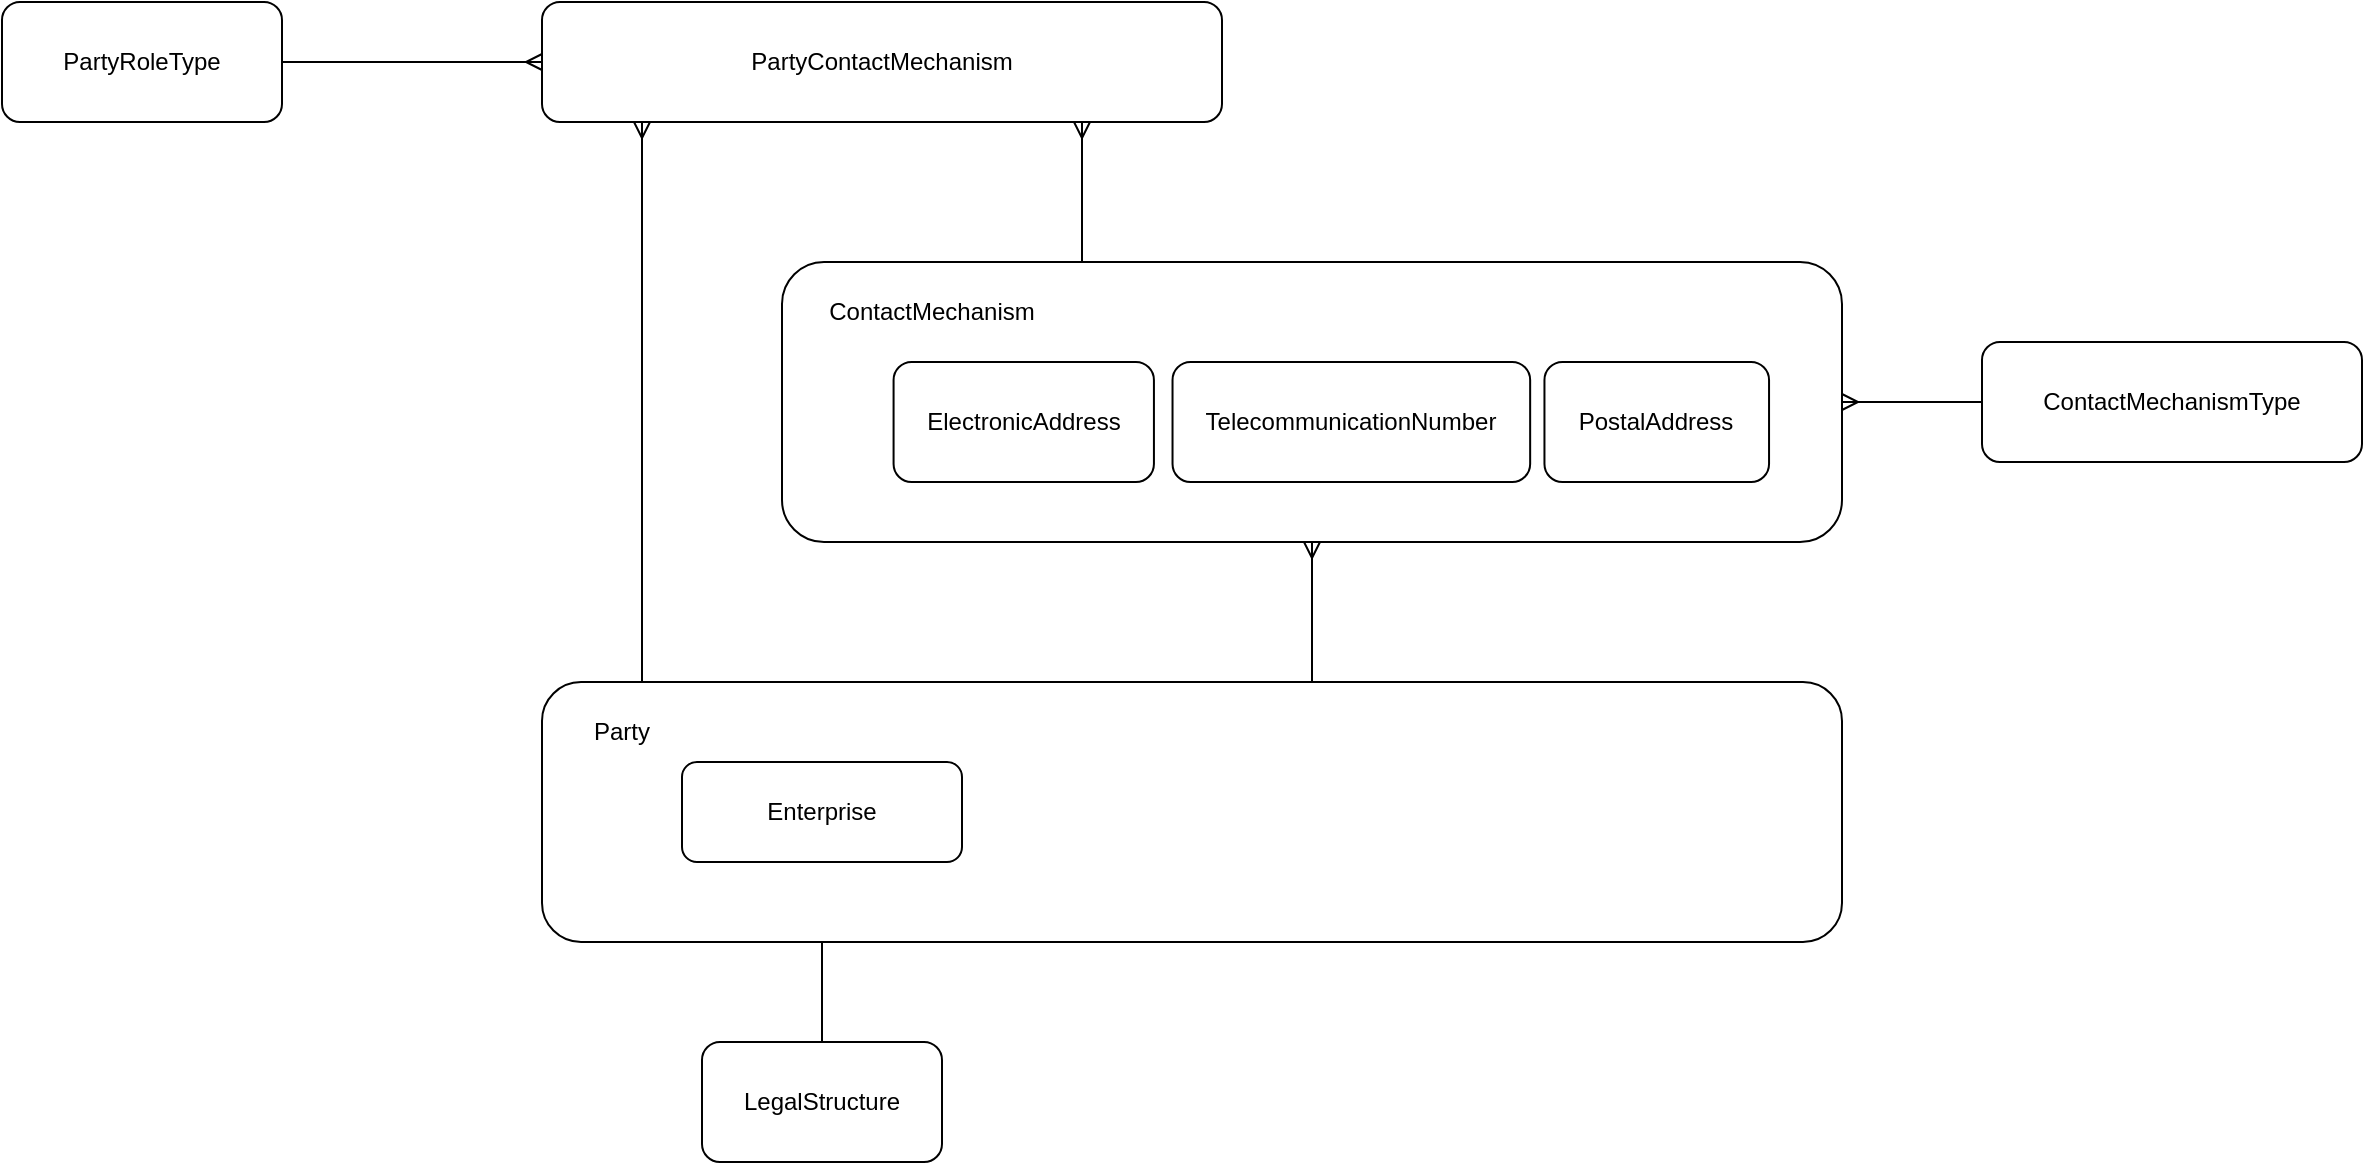
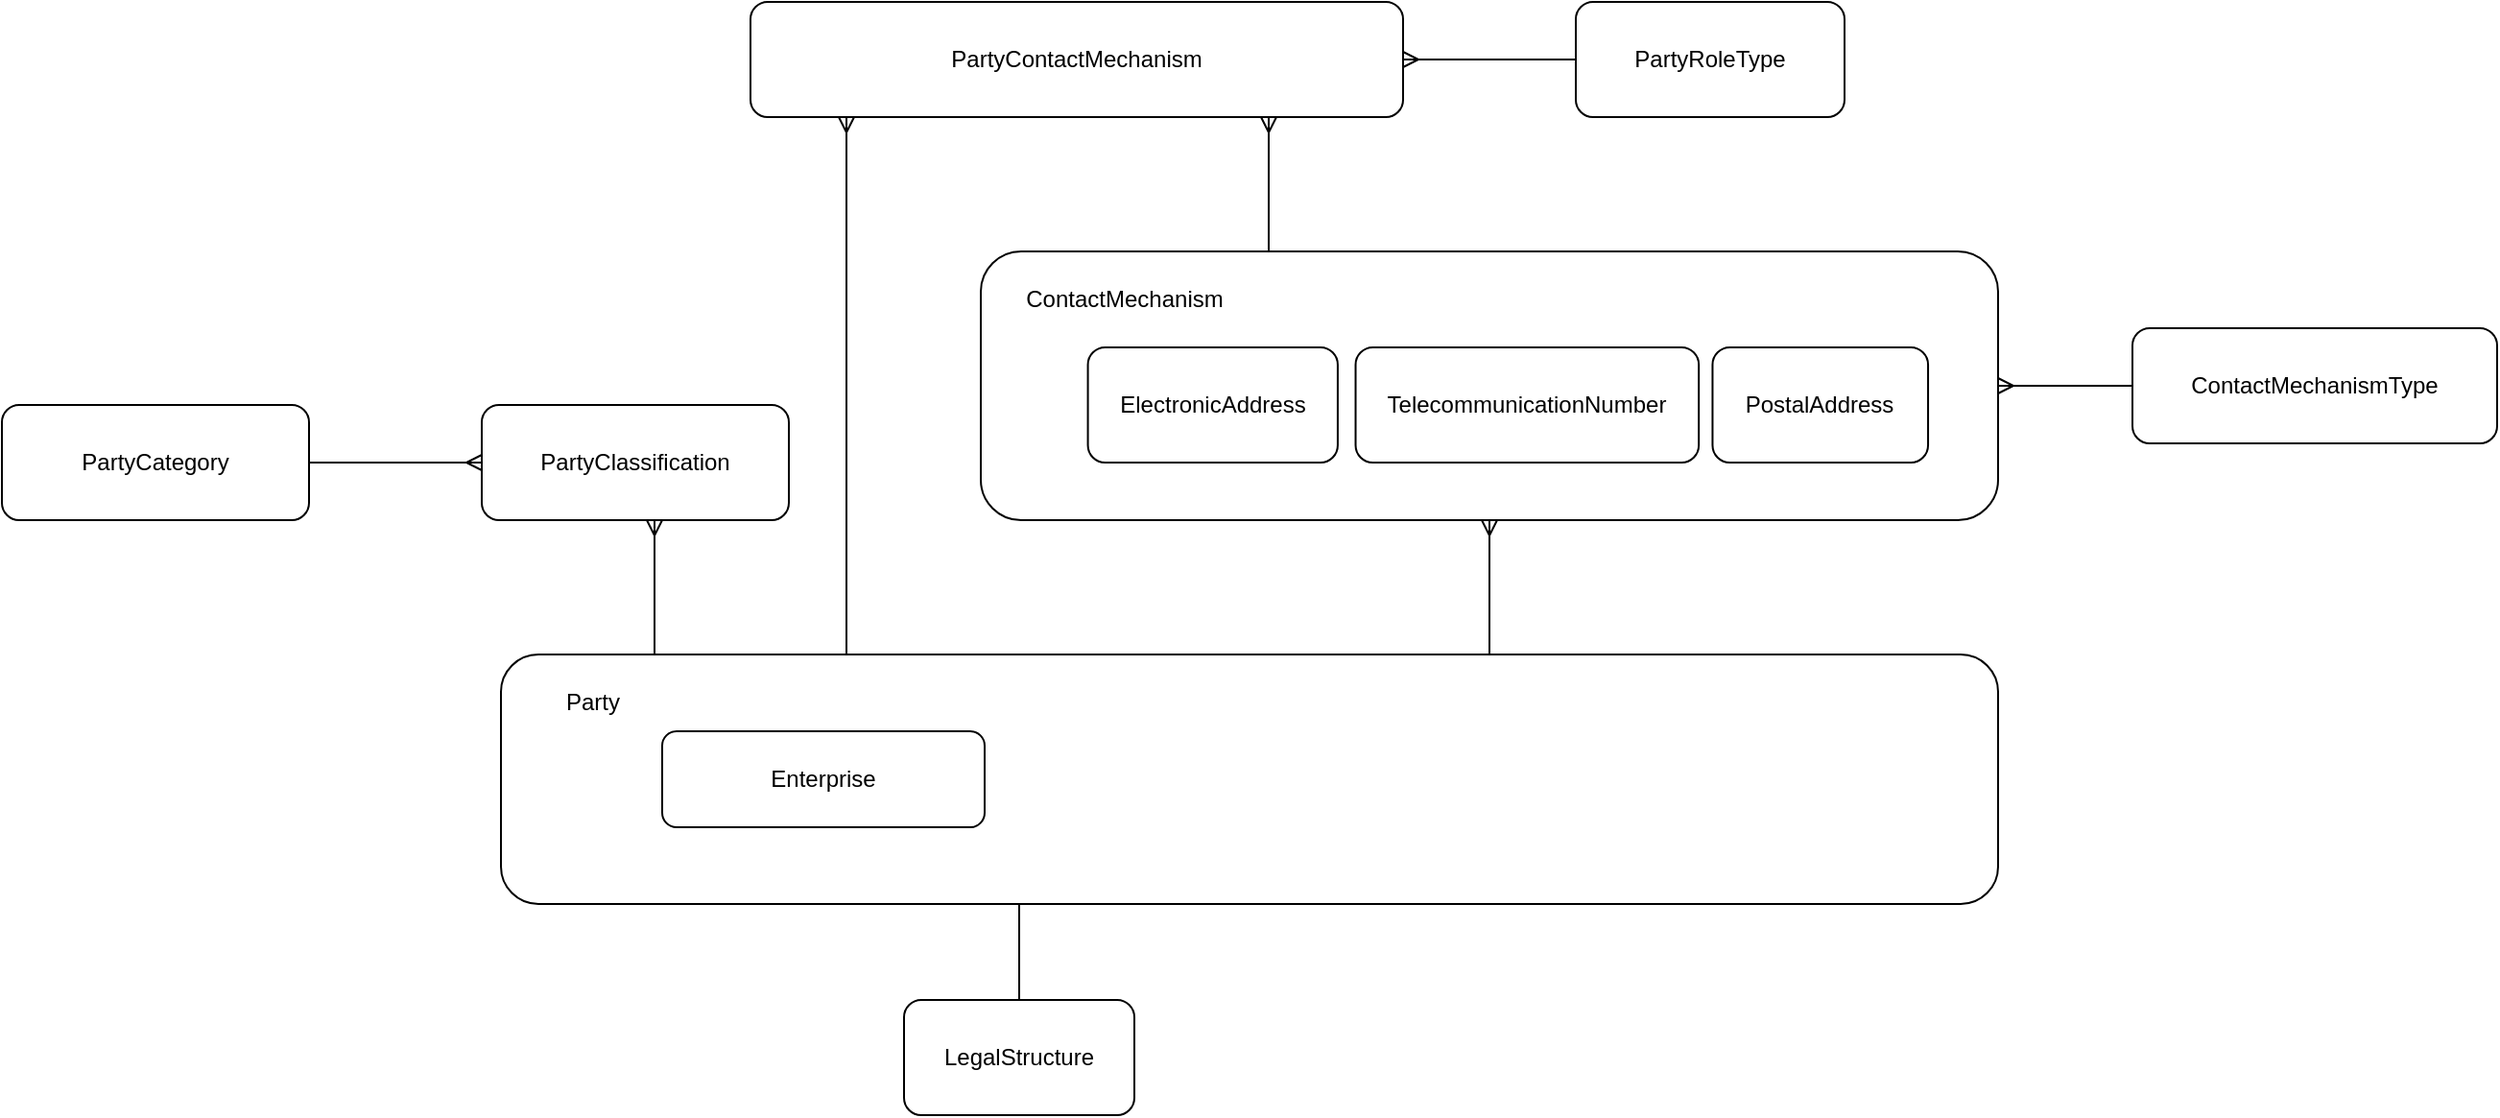
<mxfile host="app.diagrams.net" agent="Mozilla/5.0 (Windows NT 10.0; Win64; x64) AppleWebKit/537.36 (KHTML, like Gecko) Chrome/141.0.0.0 Safari/537.36" version="28.2.9">
  <diagram name="Page-1" id="d0nJ6Fx9cUZLMqGtfM0H">
    <mxGraphModel dx="2339" dy="889" grid="1" gridSize="10" guides="1" tooltips="1" connect="1" arrows="1" fold="1" page="1" pageScale="1" pageWidth="850" pageHeight="1100" math="0" shadow="0">
      <root>
        <mxCell id="0" />
        <mxCell id="1" parent="0" />
        <mxCell id="tdPrWEJd15tEannaNgth-4" style="edgeStyle=orthogonalEdgeStyle;rounded=0;orthogonalLoop=1;jettySize=auto;html=1;startArrow=ERmany;startFill=0;endArrow=none;endFill=0;" edge="1" parent="1" source="tdPrWEJd15tEannaNgth-2" target="tdPrWEJd15tEannaNgth-3">
          <mxGeometry relative="1" as="geometry" />
        </mxCell>
        <mxCell id="tdPrWEJd15tEannaNgth-3" value="ContactMechanismType" style="rounded=1;whiteSpace=wrap;html=1;" vertex="1" parent="1">
          <mxGeometry x="600" y="240" width="190" height="60" as="geometry" />
        </mxCell>
        <mxCell id="tdPrWEJd15tEannaNgth-13" value="PartyRoleType" style="rounded=1;whiteSpace=wrap;html=1;" vertex="1" parent="1">
-           <mxGeometry x="-390" y="70" width="140" height="60" as="geometry" />
+           <mxGeometry x="310" y="70" width="140" height="60" as="geometry" />
        </mxCell>
        <mxCell id="tdPrWEJd15tEannaNgth-14" style="edgeStyle=orthogonalEdgeStyle;rounded=0;orthogonalLoop=1;jettySize=auto;html=1;startArrow=ERmany;startFill=0;endArrow=none;endFill=0;" edge="1" parent="1" source="tdPrWEJd15tEannaNgth-15" target="tdPrWEJd15tEannaNgth-13">
          <mxGeometry relative="1" as="geometry">
            <mxPoint x="730" y="420" as="sourcePoint" />
            <mxPoint x="730" y="340" as="targetPoint" />
          </mxGeometry>
        </mxCell>
        <mxCell id="tdPrWEJd15tEannaNgth-15" value="PartyContactMechanism" style="rounded=1;whiteSpace=wrap;html=1;" vertex="1" parent="1">
          <mxGeometry x="-120" y="70" width="340" height="60" as="geometry" />
        </mxCell>
        <mxCell id="tdPrWEJd15tEannaNgth-18" style="edgeStyle=orthogonalEdgeStyle;rounded=0;orthogonalLoop=1;jettySize=auto;html=1;startArrow=ERmany;startFill=0;endArrow=none;endFill=0;" edge="1" parent="1" source="tdPrWEJd15tEannaNgth-15" target="tdPrWEJd15tEannaNgth-1">
          <mxGeometry relative="1" as="geometry">
            <mxPoint x="140" y="250" as="sourcePoint" />
            <mxPoint x="-10" y="250" as="targetPoint" />
            <Array as="points">
              <mxPoint x="-70" y="300" />
              <mxPoint x="-70" y="300" />
            </Array>
          </mxGeometry>
        </mxCell>
        <mxCell id="tdPrWEJd15tEannaNgth-19" value="" style="group" vertex="1" connectable="0" parent="1">
          <mxGeometry y="200" width="530" height="140" as="geometry" />
        </mxCell>
        <mxCell id="tdPrWEJd15tEannaNgth-2" value="" style="rounded=1;whiteSpace=wrap;html=1;" vertex="1" parent="tdPrWEJd15tEannaNgth-19">
          <mxGeometry width="530" height="140" as="geometry" />
        </mxCell>
        <mxCell id="tdPrWEJd15tEannaNgth-5" value="ElectronicAddress" style="rounded=1;whiteSpace=wrap;html=1;" vertex="1" parent="tdPrWEJd15tEannaNgth-19">
          <mxGeometry x="55.78947368421052" y="50" width="130.17543859649123" height="60" as="geometry" />
        </mxCell>
        <mxCell id="tdPrWEJd15tEannaNgth-6" value="TelecommunicationNumber" style="rounded=1;whiteSpace=wrap;html=1;" vertex="1" parent="tdPrWEJd15tEannaNgth-19">
          <mxGeometry x="195.26315789473682" y="50" width="178.81456140350878" height="60" as="geometry" />
        </mxCell>
        <mxCell id="tdPrWEJd15tEannaNgth-7" value="ContactMechanism" style="text;html=1;whiteSpace=wrap;strokeColor=none;fillColor=none;align=center;verticalAlign=middle;rounded=0;" vertex="1" parent="tdPrWEJd15tEannaNgth-19">
          <mxGeometry x="27.896882591093107" y="10" width="94.41295546558705" height="30" as="geometry" />
        </mxCell>
        <mxCell id="tdPrWEJd15tEannaNgth-8" value="PostalAddress" style="rounded=1;whiteSpace=wrap;html=1;" vertex="1" parent="tdPrWEJd15tEannaNgth-19">
          <mxGeometry x="381.2280701754386" y="50" width="112.29491228070175" height="60" as="geometry" />
        </mxCell>
        <mxCell id="tdPrWEJd15tEannaNgth-20" style="edgeStyle=orthogonalEdgeStyle;rounded=0;orthogonalLoop=1;jettySize=auto;html=1;startArrow=ERmany;startFill=0;endArrow=none;endFill=0;" edge="1" parent="1" source="tdPrWEJd15tEannaNgth-15" target="tdPrWEJd15tEannaNgth-2">
          <mxGeometry relative="1" as="geometry">
            <mxPoint x="370" y="120" as="sourcePoint" />
            <mxPoint x="370" y="430" as="targetPoint" />
            <Array as="points">
              <mxPoint x="150" y="160" />
              <mxPoint x="150" y="160" />
            </Array>
          </mxGeometry>
        </mxCell>
        <mxCell id="tdPrWEJd15tEannaNgth-21" style="edgeStyle=orthogonalEdgeStyle;rounded=0;orthogonalLoop=1;jettySize=auto;html=1;startArrow=ERmany;startFill=0;endArrow=none;endFill=0;" edge="1" parent="1" source="tdPrWEJd15tEannaNgth-2" target="tdPrWEJd15tEannaNgth-1">
          <mxGeometry relative="1" as="geometry">
            <mxPoint x="240" y="400" as="sourcePoint" />
            <mxPoint x="240" y="470" as="targetPoint" />
            <Array as="points">
              <mxPoint x="305" y="420" />
              <mxPoint x="305" y="420" />
            </Array>
          </mxGeometry>
        </mxCell>
        <mxCell id="tdPrWEJd15tEannaNgth-22" value="LegalStructure" style="rounded=1;whiteSpace=wrap;html=1;" vertex="1" parent="1">
          <mxGeometry x="-40" y="590" width="120" height="60" as="geometry" />
        </mxCell>
        <mxCell id="tdPrWEJd15tEannaNgth-23" style="edgeStyle=orthogonalEdgeStyle;rounded=0;orthogonalLoop=1;jettySize=auto;html=1;startArrow=ERmany;startFill=0;endArrow=none;endFill=0;" edge="1" parent="1" source="tdPrWEJd15tEannaNgth-17" target="tdPrWEJd15tEannaNgth-22">
          <mxGeometry relative="1" as="geometry">
            <mxPoint x="270" y="690" as="sourcePoint" />
            <mxPoint x="270" y="760" as="targetPoint" />
            <Array as="points">
              <mxPoint x="20" y="540" />
              <mxPoint x="20" y="540" />
            </Array>
          </mxGeometry>
        </mxCell>
        <mxCell id="tdPrWEJd15tEannaNgth-25" value="" style="group" vertex="1" connectable="0" parent="1">
-           <mxGeometry x="-120" y="410" width="650" height="130" as="geometry" />
+           <mxGeometry x="-250" y="410" width="780" height="130" as="geometry" />
        </mxCell>
        <mxCell id="tdPrWEJd15tEannaNgth-1" value="" style="rounded=1;whiteSpace=wrap;html=1;" vertex="1" parent="tdPrWEJd15tEannaNgth-25">
-           <mxGeometry width="650" height="130" as="geometry" />
+           <mxGeometry width="780" height="130" as="geometry" />
        </mxCell>
        <mxCell id="tdPrWEJd15tEannaNgth-9" value="Party" style="text;html=1;whiteSpace=wrap;strokeColor=none;fillColor=none;align=center;verticalAlign=middle;rounded=0;" vertex="1" parent="tdPrWEJd15tEannaNgth-25">
-           <mxGeometry x="10" y="10" width="60" height="30" as="geometry" />
+           <mxGeometry x="12" y="10" width="72" height="30" as="geometry" />
        </mxCell>
        <mxCell id="tdPrWEJd15tEannaNgth-17" value="Enterprise" style="rounded=1;whiteSpace=wrap;html=1;" vertex="1" parent="tdPrWEJd15tEannaNgth-25">
-           <mxGeometry x="70" y="40" width="140" height="50" as="geometry" />
+           <mxGeometry x="83.99999999999999" y="40" width="167.99999999999997" height="50" as="geometry" />
+         </mxCell>
+         <mxCell id="tdPrWEJd15tEannaNgth-27" value="PartyClassification" style="rounded=1;whiteSpace=wrap;html=1;" vertex="1" parent="1">
+           <mxGeometry x="-260" y="280" width="160" height="60" as="geometry" />
+         </mxCell>
+         <mxCell id="tdPrWEJd15tEannaNgth-28" value="PartyCategory" style="rounded=1;whiteSpace=wrap;html=1;" vertex="1" parent="1">
+           <mxGeometry x="-510" y="280" width="160" height="60" as="geometry" />
+         </mxCell>
+         <mxCell id="tdPrWEJd15tEannaNgth-31" style="edgeStyle=orthogonalEdgeStyle;rounded=0;orthogonalLoop=1;jettySize=auto;html=1;startArrow=ERmany;startFill=0;endArrow=none;endFill=0;" edge="1" parent="1" source="tdPrWEJd15tEannaNgth-27" target="tdPrWEJd15tEannaNgth-1">
+           <mxGeometry relative="1" as="geometry">
+             <mxPoint x="-260" y="180" as="sourcePoint" />
+             <mxPoint x="-260" y="250" as="targetPoint" />
+             <Array as="points">
+               <mxPoint x="-170" y="370" />
+               <mxPoint x="-170" y="370" />
+             </Array>
+           </mxGeometry>
+         </mxCell>
+         <mxCell id="tdPrWEJd15tEannaNgth-32" style="edgeStyle=orthogonalEdgeStyle;rounded=0;orthogonalLoop=1;jettySize=auto;html=1;startArrow=ERmany;startFill=0;endArrow=none;endFill=0;" edge="1" parent="1" source="tdPrWEJd15tEannaNgth-27" target="tdPrWEJd15tEannaNgth-28">
+           <mxGeometry relative="1" as="geometry">
+             <mxPoint x="-230" y="200" as="sourcePoint" />
+             <mxPoint x="-230" y="270" as="targetPoint" />
+             <Array as="points" />
+           </mxGeometry>
        </mxCell>
      </root>
    </mxGraphModel>
  </diagram>
</mxfile>
